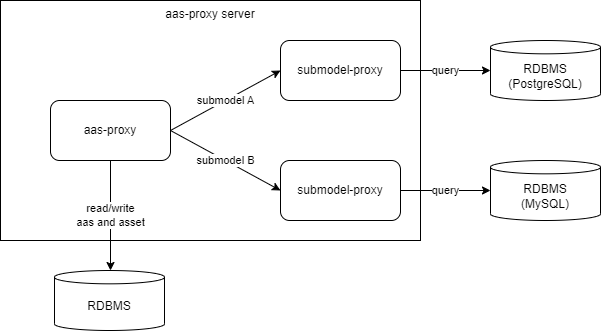
This is assets/architecture.drawio.png from hiroyoshii/go-aas-proxy, a draw.io export, as it was before one commit. Source tidied: cells renumbered, new cells last; positions are measured from the earlier drawing's top-left corner, leaving out a move shared by most shapes.
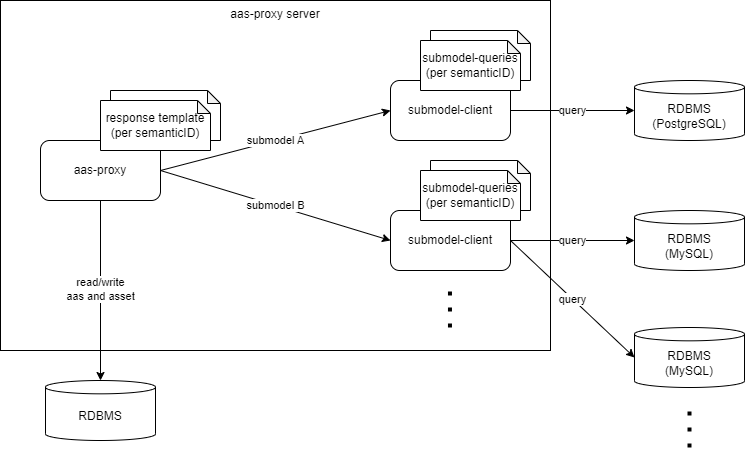
Later version of the same file.

The edit, as a diff of the source:
```diff
@@ -3,46 +3,76 @@
     <mxCell id="0" />
     <mxCell id="1" parent="0" />
     <mxCell id="2" value="aas-proxy server" style="rounded=0;whiteSpace=wrap;html=1;verticalAlign=top;" parent="1" vertex="1">
-      <mxGeometry width="420" height="240" as="geometry" />
+      <mxGeometry x="-110" y="-40" width="550" height="350" as="geometry" />
     </mxCell>
+    <mxCell id="14" style="shape=note;whiteSpace=wrap;html=1;backgroundOutline=1;darkOpacity=0.05;fontSize=12;size=13;" parent="1" vertex="1">
+      <mxGeometry x="320" y="-10" width="100" height="50" as="geometry" />
+    </mxCell>
     <mxCell id="3" value="submodel B" style="edgeStyle=none;html=1;entryX=0;entryY=0.5;entryDx=0;entryDy=0;exitX=1;exitY=0.5;exitDx=0;exitDy=0;" parent="1" edge="1" source="6" target="10">
       <mxGeometry relative="1" as="geometry" />
     </mxCell>
     <mxCell id="4" value="submodel A" style="edgeStyle=none;html=1;entryX=0;entryY=0.5;entryDx=0;entryDy=0;exitX=1;exitY=0.5;exitDx=0;exitDy=0;" parent="1" edge="1" source="6" target="8">
       <mxGeometry relative="1" as="geometry" />
     </mxCell>
-    <mxCell id="5" value="read/write &lt;br&gt;aas and asset" style="edgeStyle=none;html=1;entryX=0.5;entryY=0;entryDx=0;entryDy=0;entryPerimeter=0;" parent="1" edge="1" source="6">
-      <mxGeometry relative="1" as="geometry">
-        <mxPoint x="110" y="270" as="targetPoint" />
-      </mxGeometry>
+    <mxCell id="5" value="read/write &lt;br&gt;aas and asset" style="edgeStyle=none;html=1;entryX=0.5;entryY=0;entryDx=0;entryDy=0;entryPerimeter=0;" parent="1" edge="1" source="6" target="13">
+      <mxGeometry relative="1" as="geometry" />
     </mxCell>
     <mxCell id="6" value="aas-proxy" style="rounded=1;whiteSpace=wrap;html=1;" parent="1" vertex="1">
-      <mxGeometry x="50" y="100" width="120" height="60" as="geometry" />
+      <mxGeometry x="-70" y="100" width="120" height="60" as="geometry" />
     </mxCell>
-    <mxCell id="7" value="query" style="edgeStyle=none;html=1;entryX=0;entryY=0.5;entryDx=0;entryDy=0;entryPerimeter=0;" parent="1" edge="1" source="8">
-      <mxGeometry relative="1" as="geometry">
-        <mxPoint x="490" y="70" as="targetPoint" />
-      </mxGeometry>
+    <mxCell id="7" value="query" style="edgeStyle=none;html=1;entryX=0;entryY=0.5;entryDx=0;entryDy=0;entryPerimeter=0;" parent="1" edge="1" source="8" target="11">
+      <mxGeometry relative="1" as="geometry" />
     </mxCell>
-    <mxCell id="8" value="submodel-proxy" style="rounded=1;whiteSpace=wrap;html=1;" parent="1" vertex="1">
+    <mxCell id="8" value="submodel-client" style="rounded=1;whiteSpace=wrap;html=1;" parent="1" vertex="1">
       <mxGeometry x="280" y="40" width="120" height="60" as="geometry" />
     </mxCell>
-    <mxCell id="9" value="query" style="edgeStyle=none;html=1;" parent="1" edge="1" source="10">
-      <mxGeometry relative="1" as="geometry">
-        <mxPoint x="490" y="190" as="targetPoint" />
-      </mxGeometry>
+    <mxCell id="9" value="query" style="edgeStyle=none;html=1;entryX=0;entryY=0.5;entryDx=0;entryDy=0;entryPerimeter=0;" parent="1" edge="1" source="10" target="12">
+      <mxGeometry relative="1" as="geometry" />
     </mxCell>
+    <mxCell id="15" value="query" style="edgeStyle=none;html=1;entryX=0;entryY=0.5;entryDx=0;entryDy=0;entryPerimeter=0;exitX=1;exitY=0.5;exitDx=0;exitDy=0;" parent="1" edge="1" source="10" target="16">
+      <mxGeometry relative="1" as="geometry" />
+    </mxCell>
-    <mxCell id="10" value="submodel-proxy" style="rounded=1;whiteSpace=wrap;html=1;" parent="1" vertex="1">
-      <mxGeometry x="280" y="160" width="120" height="60" as="geometry" />
+    <mxCell id="10" value="submodel-client" style="rounded=1;whiteSpace=wrap;html=1;" parent="1" vertex="1">
+      <mxGeometry x="280" y="170" width="120" height="60" as="geometry" />
     </mxCell>
     <mxCell id="11" value="RDBMS&lt;br style=&quot;border-color: var(--border-color);&quot;&gt;(PostgreSQL)" style="shape=cylinder3;whiteSpace=wrap;html=1;boundedLbl=1;backgroundOutline=1;size=6.66668701171875;" parent="1" vertex="1">
-      <mxGeometry x="490" y="40" width="110" height="60" as="geometry" />
+      <mxGeometry x="524" y="40" width="110" height="60" as="geometry" />
     </mxCell>
     <mxCell id="12" value="RDBMS&lt;br style=&quot;border-color: var(--border-color);&quot;&gt;(MySQL)" style="shape=cylinder3;whiteSpace=wrap;html=1;boundedLbl=1;backgroundOutline=1;size=6.66668701171875;" parent="1" vertex="1">
-      <mxGeometry x="490" y="160" width="110" height="60" as="geometry" />
+      <mxGeometry x="524" y="170" width="110" height="60" as="geometry" />
     </mxCell>
     <mxCell id="13" value="RDBMS" style="shape=cylinder3;whiteSpace=wrap;html=1;boundedLbl=1;backgroundOutline=1;size=6.66668701171875;" parent="1" vertex="1">
-      <mxGeometry x="54" y="270" width="110" height="60" as="geometry" />
+      <mxGeometry x="-65" y="340" width="110" height="60" as="geometry" />
     </mxCell>
+    <mxCell id="16" value="RDBMS&lt;br style=&quot;border-color: var(--border-color);&quot;&gt;(MySQL)" style="shape=cylinder3;whiteSpace=wrap;html=1;boundedLbl=1;backgroundOutline=1;size=6.66668701171875;" parent="1" vertex="1">
+      <mxGeometry x="524" y="287" width="110" height="60" as="geometry" />
+    </mxCell>
+    <mxCell id="17" style="endArrow=none;dashed=1;html=1;dashPattern=1 3;strokeWidth=4;fontSize=12;fontStyle=1;" parent="1" edge="1">
+      <mxGeometry relative="1" as="geometry">
+        <mxPoint x="579" y="407" as="sourcePoint" />
+        <mxPoint x="579" y="361" as="targetPoint" />
+      </mxGeometry>
+    </mxCell>
+    <mxCell id="18" value="submodel-queries&lt;br&gt;(per semanticID)" style="shape=note;whiteSpace=wrap;html=1;backgroundOutline=1;darkOpacity=0.05;fontSize=12;size=13;" parent="1" vertex="1">
+      <mxGeometry x="310" width="100" height="50" as="geometry" />
+    </mxCell>
+    <mxCell id="19" style="shape=note;whiteSpace=wrap;html=1;backgroundOutline=1;darkOpacity=0.05;fontSize=12;size=13;" parent="1" vertex="1">
+      <mxGeometry x="320" y="120" width="100" height="50" as="geometry" />
+    </mxCell>
+    <mxCell id="20" value="submodel-queries&lt;br&gt;(per semanticID)" style="shape=note;whiteSpace=wrap;html=1;backgroundOutline=1;darkOpacity=0.05;fontSize=12;size=13;" parent="1" vertex="1">
+      <mxGeometry x="310" y="130" width="100" height="50" as="geometry" />
+    </mxCell>
+    <mxCell id="21" style="endArrow=none;dashed=1;html=1;dashPattern=1 3;strokeWidth=4;fontSize=12;fontStyle=1;" parent="1" edge="1">
+      <mxGeometry relative="1" as="geometry">
+        <mxPoint x="339.5" y="287" as="sourcePoint" />
+        <mxPoint x="339.5" y="241" as="targetPoint" />
+      </mxGeometry>
+    </mxCell>
+    <mxCell id="22" style="shape=note;whiteSpace=wrap;html=1;backgroundOutline=1;darkOpacity=0.05;fontSize=12;size=13;" parent="1" vertex="1">
+      <mxGeometry y="50" width="110" height="50" as="geometry" />
+    </mxCell>
+    <mxCell id="23" value="response template&lt;br&gt;(per semanticID)" style="shape=note;whiteSpace=wrap;html=1;backgroundOutline=1;darkOpacity=0.05;fontSize=12;size=13;" parent="1" vertex="1">
+      <mxGeometry x="-10" y="60" width="110" height="50" as="geometry" />
+    </mxCell>
   </root>
 </mxGraphModel>
```
